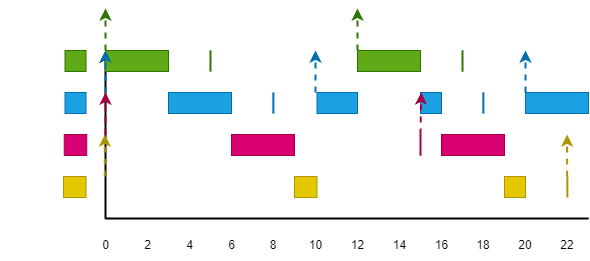
This is p7/ejer8b.png from jms138-ua/str-2024-mellado-sanchez-javier, a draw.io export, as it was before one commit. Source tidied: cells renumbered, new cells last; positions are measured from the earlier drawing's top-left corner, leaving out a move shared by most shapes. The source it was exported from:
```xml
<mxGraphModel>
  <root>
    <mxCell id="0" />
    <mxCell id="1" parent="0" />
    <mxCell id="2" style="edgeStyle=none;jumpSize=13;html=1;strokeWidth=2;startSize=6;" parent="1" edge="1">
      <mxGeometry relative="1" as="geometry">
        <mxPoint x="210" y="125.5" as="sourcePoint" />
        <mxPoint x="210" y="125.5" as="targetPoint" />
      </mxGeometry>
    </mxCell>
    <mxCell id="3" style="endArrow=none;html=1;jumpSize=13;startSize=6;strokeWidth=2;" parent="1" edge="1">
      <mxGeometry relative="1" as="geometry">
        <mxPoint x="105" y="210" as="sourcePoint" />
        <mxPoint x="588" y="210" as="targetPoint" />
      </mxGeometry>
    </mxCell>
    <mxCell id="4" style="endArrow=classic;html=1;strokeWidth=2;" parent="1" edge="1">
      <mxGeometry relative="1" as="geometry">
        <mxPoint x="105" y="210" as="sourcePoint" />
        <mxPoint x="105" y="42" as="targetPoint" />
      </mxGeometry>
    </mxCell>
    <mxCell id="5" value="0" style="text;html=1;strokeColor=none;fillColor=none;align=center;verticalAlign=middle;whiteSpace=wrap;rounded=0;" parent="1" vertex="1">
      <mxGeometry x="94.5" y="222" width="21" height="30" as="geometry" />
    </mxCell>
    <mxCell id="6" value="2" style="text;html=1;strokeColor=none;fillColor=none;align=center;verticalAlign=middle;whiteSpace=wrap;rounded=0;" parent="1" vertex="1">
      <mxGeometry x="136.5" y="222" width="21" height="30" as="geometry" />
    </mxCell>
    <mxCell id="7" value="10" style="text;html=1;strokeColor=none;fillColor=none;align=center;verticalAlign=middle;whiteSpace=wrap;rounded=0;" parent="1" vertex="1">
      <mxGeometry x="304.5" y="222" width="21" height="30" as="geometry" />
    </mxCell>
    <mxCell id="8" value="16" style="text;html=1;strokeColor=none;fillColor=none;align=center;verticalAlign=middle;whiteSpace=wrap;rounded=0;" parent="1" vertex="1">
      <mxGeometry x="430.5" y="222" width="21" height="30" as="geometry" />
    </mxCell>
    <mxCell id="9" value="18" style="text;html=1;strokeColor=none;fillColor=none;align=center;verticalAlign=middle;whiteSpace=wrap;rounded=0;" parent="1" vertex="1">
      <mxGeometry x="462" y="222" width="42" height="30" as="geometry" />
    </mxCell>
    <mxCell id="10" style="rounded=0;whiteSpace=wrap;html=1;fillColor=#60a917;fontColor=#ffffff;strokeColor=#2D7600;" parent="1" vertex="1">
      <mxGeometry x="64.5" y="42" width="21" height="21" as="geometry" />
    </mxCell>
    <mxCell id="11" style="rounded=0;whiteSpace=wrap;html=1;fillColor=#d80073;fontColor=#ffffff;strokeColor=#A50040;" parent="1" vertex="1">
      <mxGeometry x="63.8" y="126" width="22.5" height="21" as="geometry" />
    </mxCell>
    <mxCell id="12" style="rounded=0;whiteSpace=wrap;html=1;fillColor=#1ba1e2;fontColor=#ffffff;strokeColor=#006EAF;" parent="1" vertex="1">
      <mxGeometry x="64.5" y="84" width="21" height="21" as="geometry" />
    </mxCell>
    <mxCell id="13" value="&lt;font color=&quot;#ffffff&quot;&gt;&lt;span style=&quot;font-family: -apple-system, BlinkMacSystemFont, &amp;quot;Segoe WPC&amp;quot;, &amp;quot;Segoe UI&amp;quot;, system-ui, Ubuntu, &amp;quot;Droid Sans&amp;quot;, sans-serif; font-size: 14px;&quot;&gt;τ&lt;/span&gt;1&lt;/font&gt;" style="text;html=1;strokeColor=none;fillColor=none;align=center;verticalAlign=middle;whiteSpace=wrap;rounded=0;" parent="1" vertex="1">
      <mxGeometry y="37.5" width="60" height="30" as="geometry" />
    </mxCell>
    <mxCell id="14" value="&lt;font color=&quot;#ffffff&quot;&gt;&lt;span style=&quot;font-family: -apple-system, BlinkMacSystemFont, &amp;quot;Segoe WPC&amp;quot;, &amp;quot;Segoe UI&amp;quot;, system-ui, Ubuntu, &amp;quot;Droid Sans&amp;quot;, sans-serif; font-size: 14px;&quot;&gt;τ&lt;/span&gt;2&lt;/font&gt;" style="text;html=1;strokeColor=none;fillColor=none;align=center;verticalAlign=middle;whiteSpace=wrap;rounded=0;" parent="1" vertex="1">
      <mxGeometry y="79.5" width="60" height="30" as="geometry" />
    </mxCell>
    <mxCell id="15" value="&lt;font color=&quot;#ffffff&quot;&gt;&lt;span style=&quot;font-family: -apple-system, BlinkMacSystemFont, &amp;quot;Segoe WPC&amp;quot;, &amp;quot;Segoe UI&amp;quot;, system-ui, Ubuntu, &amp;quot;Droid Sans&amp;quot;, sans-serif; font-size: 14px;&quot;&gt;τ&lt;/span&gt;3&lt;/font&gt;" style="text;html=1;strokeColor=none;fillColor=none;align=center;verticalAlign=middle;whiteSpace=wrap;rounded=0;" parent="1" vertex="1">
      <mxGeometry y="121.5" width="60" height="30" as="geometry" />
    </mxCell>
    <mxCell id="16" style="rounded=0;whiteSpace=wrap;html=1;fillColor=#60a917;fontColor=#ffffff;strokeColor=#2D7600;" parent="1" vertex="1">
      <mxGeometry x="105" y="42" width="63" height="21" as="geometry" />
    </mxCell>
    <mxCell id="17" style="rounded=0;whiteSpace=wrap;html=1;fillColor=#1ba1e2;fontColor=#ffffff;strokeColor=#006EAF;" parent="1" vertex="1">
      <mxGeometry x="168" y="84" width="63" height="21" as="geometry" />
    </mxCell>
    <mxCell id="18" style="rounded=0;whiteSpace=wrap;html=1;fillColor=#d80073;fontColor=#ffffff;strokeColor=#A50040;" parent="1" vertex="1">
      <mxGeometry x="231" y="126" width="63" height="21" as="geometry" />
    </mxCell>
    <mxCell id="19" style="rounded=0;whiteSpace=wrap;html=1;fillColor=#60a917;fontColor=#ffffff;strokeColor=#2D7600;" parent="1" vertex="1">
      <mxGeometry x="357" y="42" width="63" height="21" as="geometry" />
    </mxCell>
    <mxCell id="20" style="rounded=0;whiteSpace=wrap;html=1;fillColor=#1ba1e2;fontColor=#ffffff;strokeColor=#006EAF;" parent="1" vertex="1">
      <mxGeometry x="316.5" y="84" width="40.5" height="21" as="geometry" />
    </mxCell>
    <mxCell id="21" style="rounded=0;whiteSpace=wrap;html=1;fillColor=#d80073;fontColor=#ffffff;strokeColor=#A50040;" parent="1" vertex="1">
      <mxGeometry x="441" y="126" width="63" height="21" as="geometry" />
    </mxCell>
    <mxCell id="22" value="4" style="text;html=1;strokeColor=none;fillColor=none;align=center;verticalAlign=middle;whiteSpace=wrap;rounded=0;" parent="1" vertex="1">
      <mxGeometry x="178.5" y="222" width="21" height="30" as="geometry" />
    </mxCell>
    <mxCell id="23" value="6" style="text;html=1;strokeColor=none;fillColor=none;align=center;verticalAlign=middle;whiteSpace=wrap;rounded=0;" parent="1" vertex="1">
      <mxGeometry x="220.5" y="222" width="21" height="30" as="geometry" />
    </mxCell>
    <mxCell id="24" value="8" style="text;html=1;strokeColor=none;fillColor=none;align=center;verticalAlign=middle;whiteSpace=wrap;rounded=0;" parent="1" vertex="1">
      <mxGeometry x="252" y="222" width="42" height="30" as="geometry" />
    </mxCell>
    <mxCell id="25" value="12" style="text;html=1;strokeColor=none;fillColor=none;align=center;verticalAlign=middle;whiteSpace=wrap;rounded=0;" parent="1" vertex="1">
      <mxGeometry x="346.5" y="222" width="21" height="30" as="geometry" />
    </mxCell>
    <mxCell id="26" value="14" style="text;html=1;strokeColor=none;fillColor=none;align=center;verticalAlign=middle;whiteSpace=wrap;rounded=0;" parent="1" vertex="1">
      <mxGeometry x="388.5" y="222" width="21" height="30" as="geometry" />
    </mxCell>
    <mxCell id="27" style="endArrow=classic;html=1;rounded=1;strokeWidth=2;endSize=6;sourcePerimeterSpacing=0;targetPerimeterSpacing=0;jumpSize=6;dashed=1;fillColor=#60a917;strokeColor=#2D7600;" parent="1" edge="1">
      <mxGeometry relative="1" as="geometry">
        <mxPoint x="357" y="42" as="sourcePoint" />
        <mxPoint x="357" as="targetPoint" />
      </mxGeometry>
    </mxCell>
    <mxCell id="28" style="endArrow=classic;html=1;rounded=1;strokeWidth=2;endSize=6;sourcePerimeterSpacing=0;targetPerimeterSpacing=0;jumpSize=6;dashed=1;fillColor=#60a917;strokeColor=#2D7600;exitX=0;exitY=0;exitDx=0;exitDy=0;" parent="1" edge="1" source="16">
      <mxGeometry relative="1" as="geometry">
        <mxPoint x="105" as="targetPoint" />
      </mxGeometry>
    </mxCell>
    <mxCell id="29" style="endArrow=classic;html=1;rounded=1;strokeWidth=2;endSize=6;sourcePerimeterSpacing=0;targetPerimeterSpacing=0;jumpSize=6;dashed=1;fillColor=#1ba1e2;strokeColor=#006EAF;exitX=0;exitY=0;exitDx=0;exitDy=0;" parent="1" edge="1">
      <mxGeometry relative="1" as="geometry">
        <mxPoint x="105" y="84" as="sourcePoint" />
        <mxPoint x="105" y="42" as="targetPoint" />
      </mxGeometry>
    </mxCell>
    <mxCell id="30" style="endArrow=classic;html=1;rounded=1;strokeWidth=2;endSize=6;sourcePerimeterSpacing=0;targetPerimeterSpacing=0;jumpSize=6;dashed=1;fillColor=#1ba1e2;strokeColor=#006EAF;" parent="1" edge="1">
      <mxGeometry relative="1" as="geometry">
        <mxPoint x="315" y="84" as="sourcePoint" />
        <mxPoint x="315" y="42" as="targetPoint" />
      </mxGeometry>
    </mxCell>
    <mxCell id="31" style="endArrow=classic;html=1;rounded=1;strokeWidth=2;endSize=6;sourcePerimeterSpacing=0;targetPerimeterSpacing=0;jumpSize=6;dashed=1;fillColor=#d80073;strokeColor=#A50040;" parent="1" edge="1">
      <mxGeometry relative="1" as="geometry">
        <mxPoint x="105" y="126" as="sourcePoint" />
        <mxPoint x="105" y="84" as="targetPoint" />
      </mxGeometry>
    </mxCell>
    <mxCell id="32" style="rounded=0;whiteSpace=wrap;html=1;fillColor=#1ba1e2;fontColor=#ffffff;strokeColor=#006EAF;" parent="1" vertex="1">
      <mxGeometry x="525" y="84" width="63" height="21" as="geometry" />
    </mxCell>
    <mxCell id="33" value="20" style="text;html=1;strokeColor=none;fillColor=none;align=center;verticalAlign=middle;whiteSpace=wrap;rounded=0;" parent="1" vertex="1">
      <mxGeometry x="504" y="222" width="42" height="30" as="geometry" />
    </mxCell>
    <mxCell id="34" value="22" style="text;html=1;strokeColor=none;fillColor=none;align=center;verticalAlign=middle;whiteSpace=wrap;rounded=0;" parent="1" vertex="1">
      <mxGeometry x="546" y="222" width="42" height="30" as="geometry" />
    </mxCell>
    <mxCell id="35" style="endArrow=classic;html=1;rounded=1;strokeWidth=2;endSize=6;sourcePerimeterSpacing=0;targetPerimeterSpacing=0;jumpSize=6;dashed=1;fillColor=#1ba1e2;strokeColor=#006EAF;" parent="1" edge="1">
      <mxGeometry relative="1" as="geometry">
        <mxPoint x="525" y="84" as="sourcePoint" />
        <mxPoint x="525" y="42" as="targetPoint" />
      </mxGeometry>
    </mxCell>
    <mxCell id="36" style="rounded=0;whiteSpace=wrap;html=1;fillColor=#1ba1e2;fontColor=#ffffff;strokeColor=#006EAF;" parent="1" vertex="1">
      <mxGeometry x="420" y="84" width="21" height="21" as="geometry" />
    </mxCell>
    <mxCell id="37" style="endArrow=classic;html=1;rounded=1;strokeWidth=2;endSize=6;sourcePerimeterSpacing=0;targetPerimeterSpacing=0;jumpSize=6;dashed=1;fillColor=#d80073;strokeColor=#A50040;entryX=0.344;entryY=0.001;entryDx=0;entryDy=0;entryPerimeter=0;" parent="1" edge="1">
      <mxGeometry relative="1" as="geometry">
        <mxPoint x="420" y="126" as="sourcePoint" />
        <mxPoint x="420.7" y="84" as="targetPoint" />
      </mxGeometry>
    </mxCell>
    <mxCell id="38" style="rounded=0;whiteSpace=wrap;html=1;fillColor=#e3c800;fontColor=#000000;strokeColor=#B09500;" parent="1" vertex="1">
      <mxGeometry x="63" y="168" width="22.5" height="21" as="geometry" />
    </mxCell>
    <mxCell id="39" value="&lt;font color=&quot;#ffffff&quot;&gt;&lt;span style=&quot;font-family: -apple-system, BlinkMacSystemFont, &amp;quot;Segoe WPC&amp;quot;, &amp;quot;Segoe UI&amp;quot;, system-ui, Ubuntu, &amp;quot;Droid Sans&amp;quot;, sans-serif; font-size: 14px;&quot;&gt;τ4&lt;/span&gt;&lt;/font&gt;" style="text;html=1;strokeColor=none;fillColor=none;align=center;verticalAlign=middle;whiteSpace=wrap;rounded=0;" parent="1" vertex="1">
      <mxGeometry y="163.5" width="60" height="30" as="geometry" />
    </mxCell>
    <mxCell id="40" style="endArrow=classic;html=1;rounded=1;strokeWidth=2;endSize=6;sourcePerimeterSpacing=0;targetPerimeterSpacing=0;jumpSize=6;dashed=1;fillColor=#e3c800;strokeColor=#B09500;" parent="1" edge="1">
      <mxGeometry relative="1" as="geometry">
        <mxPoint x="104.3" y="168" as="sourcePoint" />
        <mxPoint x="104.3" y="126" as="targetPoint" />
      </mxGeometry>
    </mxCell>
    <mxCell id="41" style="rounded=0;whiteSpace=wrap;html=1;fillColor=#e3c800;fontColor=#000000;strokeColor=#B09500;" parent="1" vertex="1">
      <mxGeometry x="294" y="168" width="22.5" height="21" as="geometry" />
    </mxCell>
    <mxCell id="42" style="rounded=0;whiteSpace=wrap;html=1;fillColor=#e3c800;fontColor=#000000;strokeColor=#B09500;" parent="1" vertex="1">
      <mxGeometry x="504" y="168" width="21" height="21" as="geometry" />
    </mxCell>
    <mxCell id="43" style="endArrow=classic;html=1;rounded=1;strokeWidth=2;endSize=6;sourcePerimeterSpacing=0;targetPerimeterSpacing=0;jumpSize=6;dashed=1;fillColor=#e3c800;strokeColor=#B09500;entryX=0.333;entryY=1;entryDx=0;entryDy=0;entryPerimeter=0;" parent="1" edge="1">
      <mxGeometry relative="1" as="geometry">
        <mxPoint x="566.7" y="168" as="sourcePoint" />
        <mxPoint x="566.7" y="126" as="targetPoint" />
      </mxGeometry>
    </mxCell>
    <mxCell id="44" style="endArrow=none;html=1;fillColor=#60a917;strokeColor=#2D7600;strokeWidth=2;" parent="1" edge="1">
      <mxGeometry relative="1" as="geometry">
        <mxPoint x="210" y="63" as="sourcePoint" />
        <mxPoint x="210" y="42" as="targetPoint" />
      </mxGeometry>
    </mxCell>
    <mxCell id="45" style="endArrow=none;html=1;fillColor=#60a917;strokeColor=#2D7600;strokeWidth=2;" parent="1" edge="1">
      <mxGeometry relative="1" as="geometry">
        <mxPoint x="462" y="63" as="sourcePoint" />
        <mxPoint x="462" y="42" as="targetPoint" />
      </mxGeometry>
    </mxCell>
    <mxCell id="46" style="endArrow=none;html=1;fillColor=#1ba1e2;strokeColor=#006EAF;strokeWidth=2;" parent="1" edge="1">
      <mxGeometry relative="1" as="geometry">
        <mxPoint x="272.9" y="105" as="sourcePoint" />
        <mxPoint x="272.9" y="84" as="targetPoint" />
      </mxGeometry>
    </mxCell>
    <mxCell id="47" style="endArrow=none;html=1;fillColor=#1ba1e2;strokeColor=#006EAF;strokeWidth=2;" parent="1" edge="1">
      <mxGeometry relative="1" as="geometry">
        <mxPoint x="482.9" y="105" as="sourcePoint" />
        <mxPoint x="482.9" y="84" as="targetPoint" />
      </mxGeometry>
    </mxCell>
    <mxCell id="48" style="endArrow=none;html=1;fillColor=#d80073;strokeColor=#A50040;strokeWidth=2;" parent="1" edge="1">
      <mxGeometry relative="1" as="geometry">
        <mxPoint x="420" y="147" as="sourcePoint" />
        <mxPoint x="420" y="126" as="targetPoint" />
      </mxGeometry>
    </mxCell>
    <mxCell id="49" style="endArrow=none;html=1;fillColor=#e3c800;strokeColor=#B09500;strokeWidth=2;" parent="1" edge="1">
      <mxGeometry relative="1" as="geometry">
        <mxPoint x="566.9" y="189" as="sourcePoint" />
        <mxPoint x="566.9" y="168" as="targetPoint" />
      </mxGeometry>
    </mxCell>
  </root>
</mxGraphModel>
```
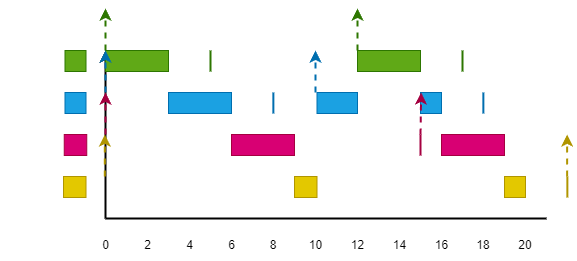
The same file after the commit.

The edit, as a diff of the source:
```diff
@@ -11,7 +11,7 @@
     <mxCell id="3" style="endArrow=none;html=1;jumpSize=13;startSize=6;strokeWidth=2;" parent="1" edge="1">
       <mxGeometry relative="1" as="geometry">
         <mxPoint x="105" y="210" as="sourcePoint" />
-        <mxPoint x="588" y="210" as="targetPoint" />
+        <mxPoint x="546" y="210" as="targetPoint" />
       </mxGeometry>
     </mxCell>
     <mxCell id="4" style="endArrow=classic;html=1;strokeWidth=2;" parent="1" edge="1">
@@ -115,21 +115,9 @@
         <mxPoint x="105" y="84" as="targetPoint" />
       </mxGeometry>
     </mxCell>
-    <mxCell id="32" style="rounded=0;whiteSpace=wrap;html=1;fillColor=#1ba1e2;fontColor=#ffffff;strokeColor=#006EAF;" parent="1" vertex="1">
-      <mxGeometry x="525" y="84" width="63" height="21" as="geometry" />
-    </mxCell>
     <mxCell id="33" value="20" style="text;html=1;strokeColor=none;fillColor=none;align=center;verticalAlign=middle;whiteSpace=wrap;rounded=0;" parent="1" vertex="1">
       <mxGeometry x="504" y="222" width="42" height="30" as="geometry" />
     </mxCell>
-    <mxCell id="34" value="22" style="text;html=1;strokeColor=none;fillColor=none;align=center;verticalAlign=middle;whiteSpace=wrap;rounded=0;" parent="1" vertex="1">
-      <mxGeometry x="546" y="222" width="42" height="30" as="geometry" />
-    </mxCell>
-    <mxCell id="35" style="endArrow=classic;html=1;rounded=1;strokeWidth=2;endSize=6;sourcePerimeterSpacing=0;targetPerimeterSpacing=0;jumpSize=6;dashed=1;fillColor=#1ba1e2;strokeColor=#006EAF;" parent="1" edge="1">
-      <mxGeometry relative="1" as="geometry">
-        <mxPoint x="525" y="84" as="sourcePoint" />
-        <mxPoint x="525" y="42" as="targetPoint" />
-      </mxGeometry>
-    </mxCell>
     <mxCell id="36" style="rounded=0;whiteSpace=wrap;html=1;fillColor=#1ba1e2;fontColor=#ffffff;strokeColor=#006EAF;" parent="1" vertex="1">
       <mxGeometry x="420" y="84" width="21" height="21" as="geometry" />
     </mxCell>
```
